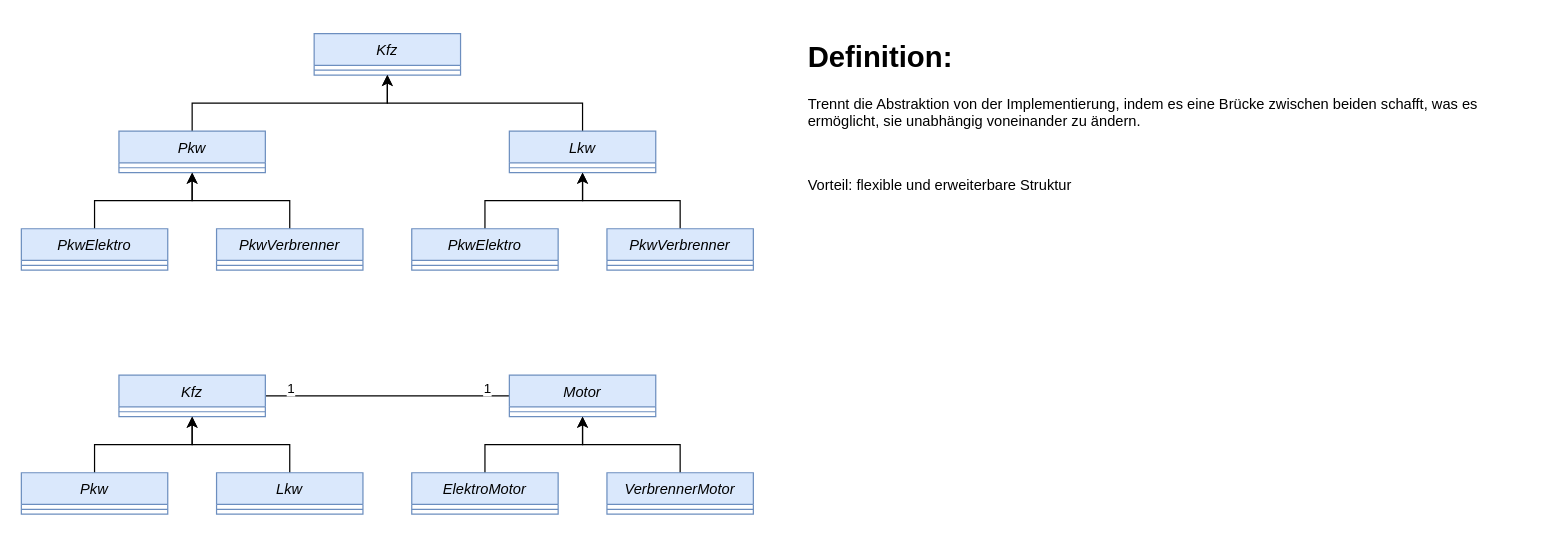
Earlier version of the draw.io diagram page "Bridge" (8 of 10) of src/main/java/de/schulung/entwurfsmuster/diagram.drawio (NetzkroneHD/Schulung-Entwurfsmuster). Source tidied: cells renumbered, new cells numbered last; positions are measured from the earlier drawing's top-left corner, leaving out a move shared by most shapes. Both pictures are drawn from the tidied source at 122%, with x=0, y=0 at pixel (21, 33).
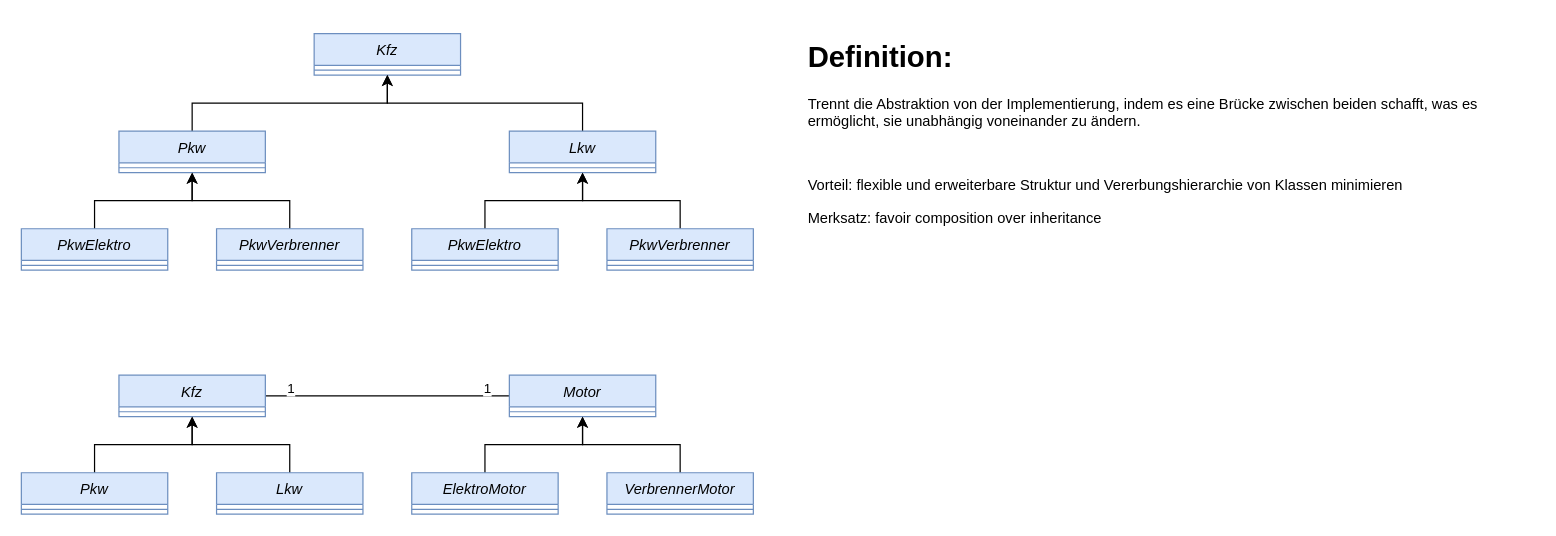
After the change.

The edit, as a diff of the source:
```diff
@@
-    <mxCell id="41" value="&lt;h1&gt;Definition:&lt;/h1&gt;&lt;p&gt;Trennt die Abstraktion von der Implementierung, indem es eine Brücke zwischen beiden schafft, was es ermöglicht, sie unabhängig voneinander zu ändern.&lt;/p&gt;&lt;p&gt;&lt;span style=&quot;background-color: initial;&quot;&gt;&lt;br&gt;&lt;/span&gt;&lt;/p&gt;&lt;p&gt;&lt;span style=&quot;background-color: initial;&quot;&gt;Vorteil: flexible und erweiterbare Struktur&lt;/span&gt;&lt;/p&gt;" style="text;html=1;strokeColor=none;fillColor=none;spacing=5;spacingTop=-20;whiteSpace=wrap;overflow=hidden;rounded=0;" parent="1" vertex="1">
+    <mxCell id="41" value="&lt;h1&gt;Definition:&lt;/h1&gt;&lt;p&gt;Trennt die Abstraktion von der Implementierung, indem es eine Brücke zwischen beiden schafft, was es ermöglicht, sie unabhängig voneinander zu ändern.&lt;/p&gt;&lt;p&gt;&lt;span style=&quot;background-color: initial;&quot;&gt;&lt;br&gt;&lt;/span&gt;&lt;/p&gt;&lt;p&gt;&lt;span style=&quot;background-color: initial;&quot;&gt;Vorteil: flexible und erweiterbare Struktur und Vererbungshierarchie von Klassen minimieren&lt;/span&gt;&lt;/p&gt;&lt;p&gt;&lt;span style=&quot;background-color: initial;&quot;&gt;Merksatz: favoir composition over inheritance&lt;/span&gt;&lt;/p&gt;" style="text;html=1;strokeColor=none;fillColor=none;spacing=5;spacingTop=-20;whiteSpace=wrap;overflow=hidden;rounded=0;" parent="1" vertex="1">
       <mxGeometry x="640" width="600" height="200" as="geometry" />
     </mxCell>
```
